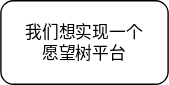
Earlier version of the draw.io export swarma-tree-of-wishes/集智愿望树.svg (swarma/km). Source tidied: cells renumbered, new cells last; positions are measured from the earlier drawing's top-left corner, leaving out a move shared by most shapes.
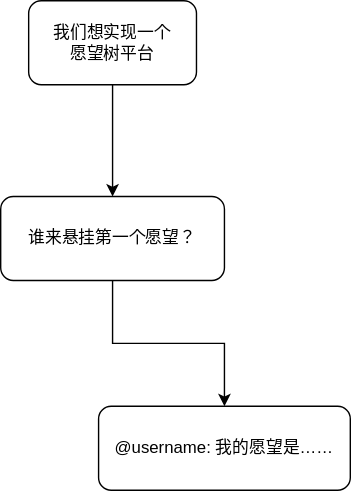
After the commit.

Commit message:
更新 集智愿望树.svg

Diff of the diagram source:
```diff
@@ -2,8 +2,20 @@
   <root>
     <mxCell id="0" />
     <mxCell id="1" parent="0" />
+    <mxCell id="3" style="edgeStyle=orthogonalEdgeStyle;rounded=0;jettySize=auto;html=1;" parent="1" edge="1" source="2" target="5">
+      <mxGeometry relative="1" as="geometry" />
+    </mxCell>
     <mxCell id="2" value="我们想实现一个&lt;br&gt;愿望树平台" style="rounded=1;whiteSpace=wrap;html=1;" parent="1" vertex="1">
       <mxGeometry width="120" height="60" as="geometry" />
     </mxCell>
+    <mxCell id="4" style="edgeStyle=orthogonalEdgeStyle;rounded=0;jettySize=auto;html=1;" parent="1" edge="1" source="5" target="6">
+      <mxGeometry relative="1" as="geometry" />
+    </mxCell>
+    <mxCell id="5" value="谁来悬挂第一个愿望？" style="rounded=1;whiteSpace=wrap;html=1;" parent="1" vertex="1">
+      <mxGeometry x="-20" y="140" width="160" height="60" as="geometry" />
+    </mxCell>
+    <mxCell id="6" value="@username: 我的愿望是……" style="rounded=1;whiteSpace=wrap;html=1;" parent="1" vertex="1">
+      <mxGeometry x="50" y="290" width="180" height="60" as="geometry" />
+    </mxCell>
   </root>
 </mxGraphModel>
```
